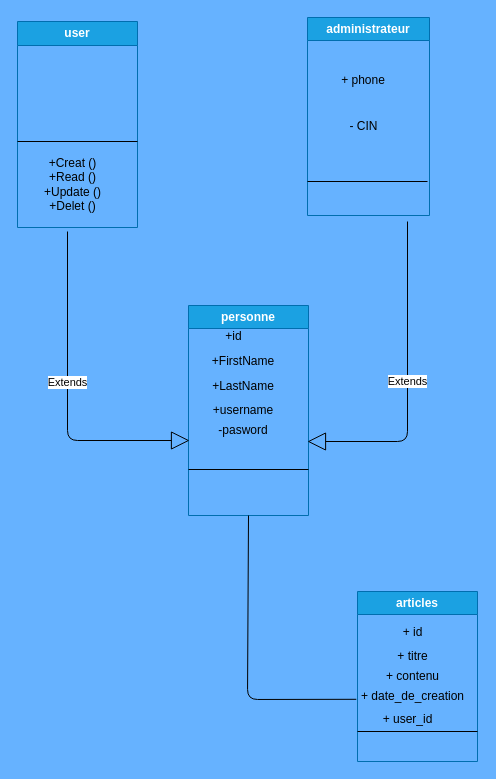
This is class.drawio from MaryemKhaoua/Gestionnaire-d-Articles, a draw.io file, before an edit. Source tidied: cells renumbered, new cells numbered last; positions are measured from the earlier drawing's top-left corner, leaving out a move shared by most shapes. Both pictures are drawn from the tidied source at 100%, with x=0, y=0 at pixel (17, 17).
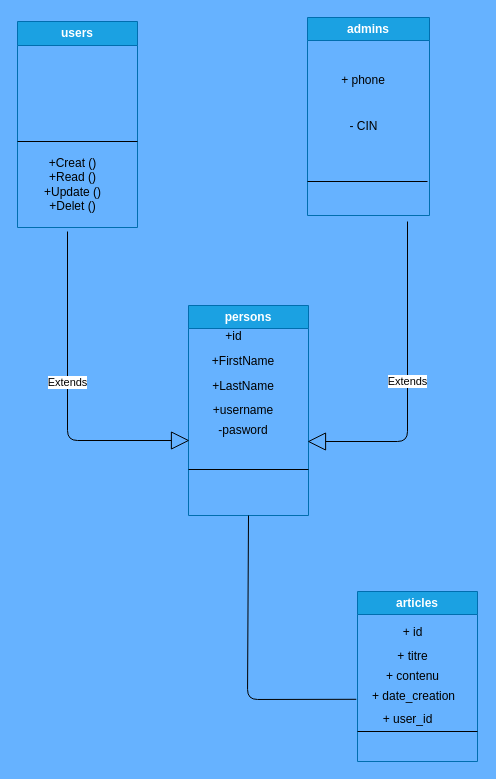
After the change.

Commit message:
modify diagramm de class

The change refers to these unchanged cells:
```xml
<mxCell id="16" value="articles" style="swimlane;whiteSpace=wrap;html=1;fillColor=#1ba1e2;fontColor=#ffffff;strokeColor=#006EAF;" parent="1" vertex="1">
  <mxGeometry x="340" y="574" width="120" height="170" as="geometry" />
</mxCell>
```

Diff of the diagram source:
```diff
@@
-    <mxCell id="2" value="user" style="swimlane;whiteSpace=wrap;html=1;startSize=24;fillColor=#1ba1e2;fontColor=#ffffff;strokeColor=#006EAF;" parent="1" vertex="1">
+    <mxCell id="2" value="users" style="swimlane;whiteSpace=wrap;html=1;startSize=24;fillColor=#1ba1e2;fontColor=#ffffff;strokeColor=#006EAF;" parent="1" vertex="1">
       <mxGeometry y="4" width="120" height="206" as="geometry" />
     </mxCell>
@@
-    <mxCell id="5" value="administrateur" style="swimlane;whiteSpace=wrap;html=1;fillColor=#1ba1e2;fontColor=#ffffff;strokeColor=#006EAF;" parent="1" vertex="1">
+    <mxCell id="5" value="admins" style="swimlane;whiteSpace=wrap;html=1;fillColor=#1ba1e2;fontColor=#ffffff;strokeColor=#006EAF;" parent="1" vertex="1">
       <mxGeometry x="290" width="122" height="198" as="geometry" />
     </mxCell>
@@
-    <mxCell id="9" value="personne" style="swimlane;whiteSpace=wrap;html=1;fillColor=#1ba1e2;fontColor=#ffffff;strokeColor=#006EAF;" parent="1" vertex="1">
+    <mxCell id="9" value="persons" style="swimlane;whiteSpace=wrap;html=1;fillColor=#1ba1e2;fontColor=#ffffff;strokeColor=#006EAF;" parent="1" vertex="1">
       <mxGeometry x="171" y="288" width="120" height="210" as="geometry" />
     </mxCell>
@@
-    <mxCell id="21" value="+ date_de_creation" style="text;html=1;align=center;verticalAlign=middle;strokeColor=none;fillColor=none;" parent="16" vertex="1">
-      <mxGeometry x="-10" y="90" width="130" height="30" as="geometry" />
+    <mxCell id="21" value="+ date_creation" style="text;html=1;align=center;verticalAlign=middle;strokeColor=none;fillColor=none;" parent="16" vertex="1">
+      <mxGeometry x="5" y="92" width="101" height="26" as="geometry" />
     </mxCell>
```
